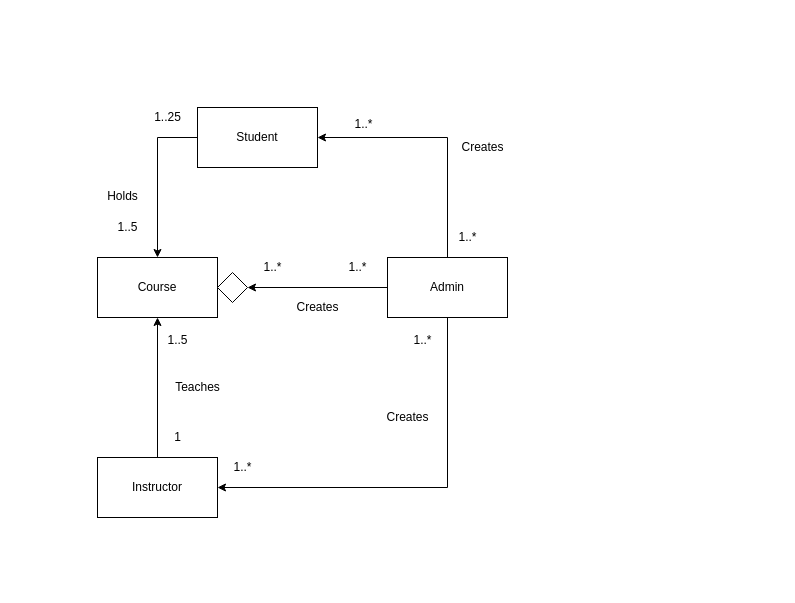
This is page "Admin" (4 of 5) of class_diagrams.drawio from peterklem/CURSE, a draw.io file, before an edit. Source tidied: cells renumbered, new cells numbered last; positions are measured from the earlier drawing's top-left corner, leaving out a move shared by most shapes. Both pictures are drawn from the tidied source at 100%, with x=0, y=0 at pixel (97, 107).
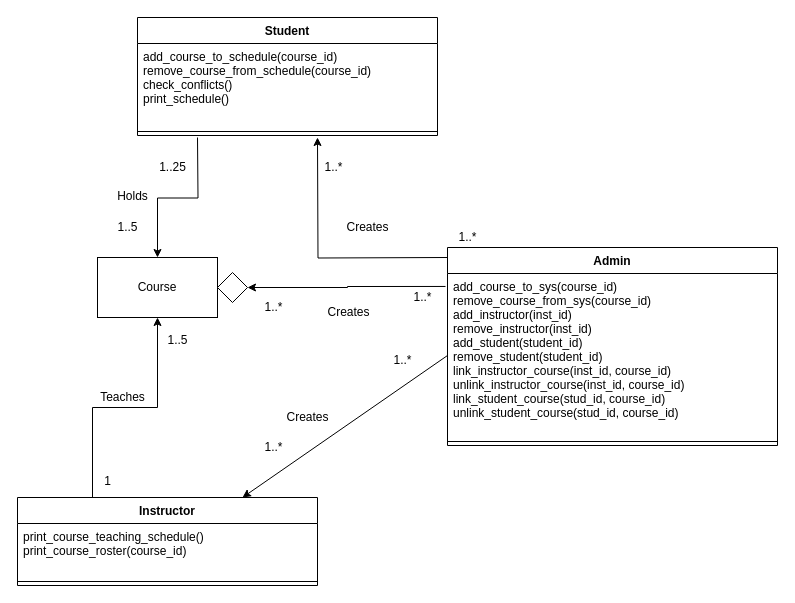
The same page after the edit.

Unchanged cells that the change refers to:
```xml
<mxCell id="6" value="Course" style="rounded=0;whiteSpace=wrap;html=1;" parent="1" vertex="1">
  <mxGeometry y="150" width="120" height="60" as="geometry" />
</mxCell>
<mxCell id="14" style="rhombus;whiteSpace=wrap;html=1;" parent="1" vertex="1">
  <mxGeometry x="120" y="165" width="30" height="30" as="geometry" />
</mxCell>
```

Change to the diagram source:
```diff
@@
-    <mxCell id="2" style="edgeStyle=orthogonalEdgeStyle;rounded=0;jettySize=auto;html=1;exitX=0;exitY=0.5;exitDx=0;exitDy=0;entryX=1;entryY=0.5;entryDx=0;entryDy=0;" parent="1" edge="1" source="5" target="14">
+    <mxCell id="2" style="edgeStyle=orthogonalEdgeStyle;rounded=0;jettySize=auto;html=1;exitX=-0.006;exitY=0.079;exitDx=0;exitDy=0;entryX=1;entryY=0.5;entryDx=0;entryDy=0;exitPerimeter=0;" parent="1" edge="1" source="27" target="14">
       <mxGeometry relative="1" as="geometry" />
     </mxCell>
-    <mxCell id="3" style="edgeStyle=orthogonalEdgeStyle;rounded=0;jettySize=auto;html=1;exitX=0.5;exitY=0;exitDx=0;exitDy=0;entryX=1;entryY=0.5;entryDx=0;entryDy=0;" parent="1" edge="1" source="5" target="13">
-      <mxGeometry relative="1" as="geometry" />
+    <mxCell id="3" style="edgeStyle=orthogonalEdgeStyle;rounded=0;orthogonalLoop=1;jettySize=auto;html=1;exitX=0.5;exitY=0;exitDx=0;exitDy=0;entryX=1;entryY=0.5;entryDx=0;entryDy=0;" parent="1" edge="1">
+      <mxGeometry relative="1" as="geometry">
+        <mxPoint x="350" y="150" as="sourcePoint" />
+        <mxPoint x="220" y="30" as="targetPoint" />
+      </mxGeometry>
     </mxCell>
-    <mxCell id="4" style="edgeStyle=orthogonalEdgeStyle;rounded=0;jettySize=auto;html=1;exitX=0.5;exitY=1;exitDx=0;exitDy=0;entryX=1;entryY=0.5;entryDx=0;entryDy=0;" parent="1" edge="1" source="5" target="11">
-      <mxGeometry relative="1" as="geometry" />
-    </mxCell>
-    <mxCell id="5" value="Admin" style="rounded=0;whiteSpace=wrap;html=1;" parent="1" vertex="1">
-      <mxGeometry x="290" y="150" width="120" height="60" as="geometry" />
-    </mxCell>
@@
     <mxCell id="7" value="1..*" style="text;html=1;align=center;verticalAlign=middle;" parent="1" vertex="1">
-      <mxGeometry x="245" y="150" width="30" height="20" as="geometry" />
+      <mxGeometry x="310" y="180" width="30" height="20" as="geometry" />
     </mxCell>
     <mxCell id="8" value="1..*" style="text;html=1;align=center;verticalAlign=middle;" parent="1" vertex="1">
-      <mxGeometry x="160" y="150" width="30" height="20" as="geometry" />
+      <mxGeometry x="161" y="190" width="30" height="20" as="geometry" />
     </mxCell>
     <mxCell id="9" value="Creates" style="text;html=1;align=center;verticalAlign=middle;" parent="1" vertex="1">
-      <mxGeometry x="190" y="190" width="60" height="20" as="geometry" />
+      <mxGeometry x="221" y="195" width="60" height="20" as="geometry" />
     </mxCell>
-    <mxCell id="10" style="edgeStyle=orthogonalEdgeStyle;rounded=0;jettySize=auto;html=1;exitX=0.5;exitY=0;exitDx=0;exitDy=0;entryX=0.5;entryY=1;entryDx=0;entryDy=0;" parent="1" edge="1" source="11" target="6">
+    <mxCell id="10" style="edgeStyle=orthogonalEdgeStyle;rounded=0;jettySize=auto;html=1;exitX=0.25;exitY=0;exitDx=0;exitDy=0;entryX=0.5;entryY=1;entryDx=0;entryDy=0;" parent="1" edge="1" source="11" target="6">
       <mxGeometry relative="1" as="geometry" />
     </mxCell>
-    <mxCell id="11" value="Instructor" style="rounded=0;whiteSpace=wrap;html=1;" parent="1" vertex="1">
-      <mxGeometry y="350" width="120" height="60" as="geometry" />
-    </mxCell>
-    <mxCell id="12" style="edgeStyle=orthogonalEdgeStyle;rounded=0;jettySize=auto;html=1;exitX=0;exitY=0.5;exitDx=0;exitDy=0;entryX=0.5;entryY=0;entryDx=0;entryDy=0;" parent="1" edge="1" source="13" target="6">
-      <mxGeometry relative="1" as="geometry" />
+    <mxCell id="12" style="edgeStyle=orthogonalEdgeStyle;rounded=0;jettySize=auto;html=1;exitX=0;exitY=0.5;exitDx=0;exitDy=0;entryX=0.5;entryY=0;entryDx=0;entryDy=0;" parent="1" edge="1" target="6">
+      <mxGeometry relative="1" as="geometry">
+        <mxPoint x="100" y="30" as="sourcePoint" />
+      </mxGeometry>
     </mxCell>
-    <mxCell id="13" value="Student" style="rounded=0;whiteSpace=wrap;html=1;" parent="1" vertex="1">
-      <mxGeometry x="100" width="120" height="60" as="geometry" />
-    </mxCell>
@@
     <mxCell id="15" value="Holds" style="text;html=1;align=center;verticalAlign=middle;" parent="1" vertex="1">
-      <mxGeometry y="79" width="50" height="20" as="geometry" />
+      <mxGeometry x="10" y="79" width="50" height="20" as="geometry" />
     </mxCell>
@@
     <mxCell id="17" value="1..25" style="text;html=1;align=center;verticalAlign=middle;" parent="1" vertex="1">
-      <mxGeometry x="50" width="40" height="20" as="geometry" />
+      <mxGeometry x="55" y="50" width="40" height="20" as="geometry" />
     </mxCell>
     <mxCell id="18" value="Teaches" style="text;html=1;align=center;verticalAlign=middle;" parent="1" vertex="1">
-      <mxGeometry x="70" y="270" width="60" height="20" as="geometry" />
+      <mxGeometry x="-5" y="280" width="60" height="20" as="geometry" />
     </mxCell>
     <mxCell id="19" value="1" style="text;html=1;align=center;verticalAlign=middle;" parent="1" vertex="1">
-      <mxGeometry x="70" y="320" width="20" height="20" as="geometry" />
+      <mxGeometry y="364" width="20" height="20" as="geometry" />
     </mxCell>
@@
     <mxCell id="22" value="1..*" style="text;html=1;align=center;verticalAlign=middle;" parent="1" vertex="1">
-      <mxGeometry x="251" y="7" width="30" height="20" as="geometry" />
+      <mxGeometry x="221" y="50" width="30" height="20" as="geometry" />
     </mxCell>
     <mxCell id="23" value="Creates" style="text;html=1;align=center;verticalAlign=middle;" parent="1" vertex="1">
-      <mxGeometry x="355" y="30" width="60" height="20" as="geometry" />
+      <mxGeometry x="240" y="110" width="60" height="20" as="geometry" />
     </mxCell>
     <mxCell id="24" value="1..*" style="text;html=1;align=center;verticalAlign=middle;" parent="1" vertex="1">
-      <mxGeometry x="310" y="223" width="30" height="20" as="geometry" />
+      <mxGeometry x="290" y="243" width="30" height="20" as="geometry" />
     </mxCell>
     <mxCell id="25" value="1..*" style="text;html=1;align=center;verticalAlign=middle;" parent="1" vertex="1">
-      <mxGeometry x="130" y="350" width="30" height="20" as="geometry" />
+      <mxGeometry x="161" y="330" width="30" height="20" as="geometry" />
     </mxCell>
     <mxCell id="26" value="Creates" style="text;html=1;align=center;verticalAlign=middle;" parent="1" vertex="1">
-      <mxGeometry x="280" y="300" width="60" height="20" as="geometry" />
+      <mxGeometry x="180" y="300" width="60" height="20" as="geometry" />
     </mxCell>
+    <mxCell id="5" value="Admin" style="swimlane;fontStyle=1;align=center;verticalAlign=top;horizontal=1;startSize=26;" parent="1" vertex="1">
+      <mxGeometry x="350" y="140" width="330" height="198" as="geometry" />
+    </mxCell>
+    <mxCell id="27" value="add_course_to_sys(course_id)&#10;remove_course_from_sys(course_id)&#10;add_instructor(inst_id)&#10;remove_instructor(inst_id)&#10;add_student(student_id)&#10;remove_student(student_id)&#10;link_instructor_course(inst_id, course_id)&#10;unlink_instructor_course(inst_id, course_id)&#10;link_student_course(stud_id, course_id)&#10;unlink_student_course(stud_id, course_id)&#10;" style="text;strokeColor=none;fillColor=none;align=left;verticalAlign=top;spacingLeft=4;spacingRight=4;overflow=hidden;points=[[0,0.5],[1,0.5]];portConstraint=eastwest;" parent="5" vertex="1">
+      <mxGeometry y="26" width="330" height="164" as="geometry" />
+    </mxCell>
+    <mxCell id="28" style="line;strokeWidth=1;fillColor=none;align=left;verticalAlign=middle;spacingTop=-1;spacingLeft=3;spacingRight=3;labelPosition=right;" parent="5" vertex="1">
+      <mxGeometry y="190" width="330" height="8" as="geometry" />
+    </mxCell>
+    <mxCell id="11" value="Instructor" style="swimlane;fontStyle=1;align=center;verticalAlign=top;horizontal=1;startSize=26;" parent="1" vertex="1">
+      <mxGeometry x="-80" y="390" width="300" height="88" as="geometry" />
+    </mxCell>
+    <mxCell id="29" value="print_course_teaching_schedule()&#10;print_course_roster(course_id)" style="text;strokeColor=none;fillColor=none;align=left;verticalAlign=top;spacingLeft=4;spacingRight=4;overflow=hidden;" parent="11" vertex="1">
+      <mxGeometry y="26" width="300" height="54" as="geometry" />
+    </mxCell>
+    <mxCell id="30" style="line;strokeWidth=1;fillColor=none;align=left;verticalAlign=middle;spacingTop=-1;spacingLeft=3;spacingRight=3;labelPosition=right;" parent="11" vertex="1">
+      <mxGeometry y="80" width="300" height="8" as="geometry" />
+    </mxCell>
+    <mxCell id="31" style="endArrow=classic;html=1;exitX=0;exitY=0.5;exitDx=0;exitDy=0;entryX=0.75;entryY=0;entryDx=0;entryDy=0;" parent="1" edge="1" source="27" target="11">
+      <mxGeometry relative="1" as="geometry" />
+    </mxCell>
+    <mxCell id="13" value="Student" style="swimlane;fontStyle=1;align=center;verticalAlign=top;horizontal=1;startSize=26;" parent="1" vertex="1">
+      <mxGeometry x="40" y="-90" width="300" height="118" as="geometry" />
+    </mxCell>
+    <mxCell id="32" value="add_course_to_schedule(course_id)&#10;remove_course_from_schedule(course_id)&#10;check_conflicts()&#10;print_schedule()&#10;" style="text;strokeColor=none;fillColor=none;align=left;verticalAlign=top;spacingLeft=4;spacingRight=4;overflow=hidden;" parent="13" vertex="1">
+      <mxGeometry y="26" width="300" height="84" as="geometry" />
+    </mxCell>
+    <mxCell id="33" style="line;strokeWidth=1;fillColor=none;align=left;verticalAlign=middle;spacingTop=-1;spacingLeft=3;spacingRight=3;labelPosition=right;" parent="13" vertex="1">
+      <mxGeometry y="110" width="300" height="8" as="geometry" />
+    </mxCell>
```
